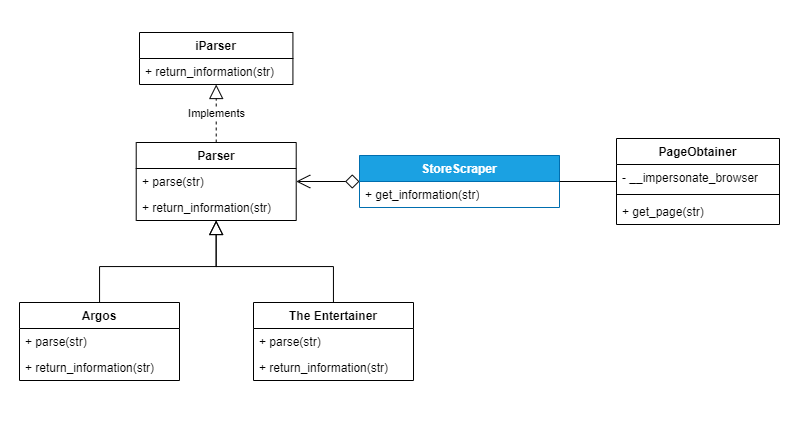
Earlier version of the draw.io export UML.png (BradleyOwenThompson/StoreScraper). Source tidied: cells renumbered, new cells last; positions are measured from the earlier drawing's top-left corner, leaving out a move shared by most shapes.
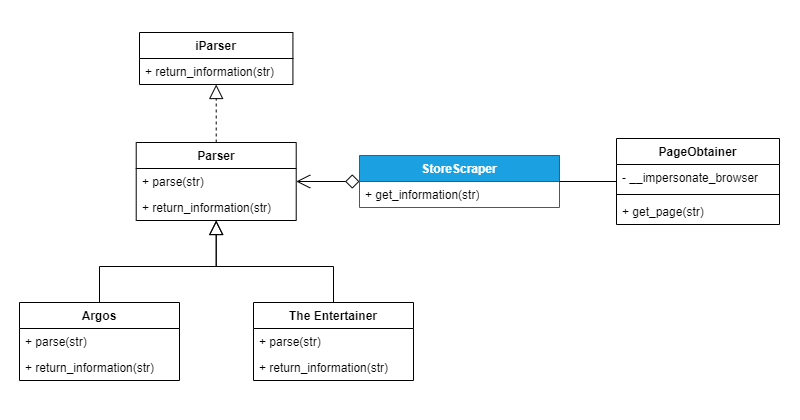
Later version of the same file.

Change to the diagram source:
```diff
@@ -29,8 +29,8 @@
     <mxCell id="10" style="edgeStyle=orthogonalEdgeStyle;rounded=0;jettySize=auto;html=1;endArrow=open;endFill=0;startArrow=diamond;startFill=0;endSize=12;startSize=12;" parent="1" edge="1" source="3" target="16">
       <mxGeometry relative="1" as="geometry" />
     </mxCell>
-    <mxCell id="11" value="Implements" style="edgeStyle=orthogonalEdgeStyle;rounded=0;jettySize=auto;html=1;dashed=1;endArrow=block;endFill=0;endSize=12;" parent="1" edge="1" source="16" target="13">
-      <mxGeometry relative="1" as="geometry" />
+    <mxCell id="11" style="edgeStyle=orthogonalEdgeStyle;rounded=0;jettySize=auto;html=1;dashed=1;endArrow=block;endFill=0;endSize=12;" parent="1" edge="1" source="16" target="13">
+      <mxGeometry x="-0.24" y="-84" relative="1" as="geometry" />
     </mxCell>
     <mxCell id="12" style="group;" parent="1" vertex="1">
       <mxGeometry x="139" y="32" width="153.4" height="86" as="geometry" />
```
